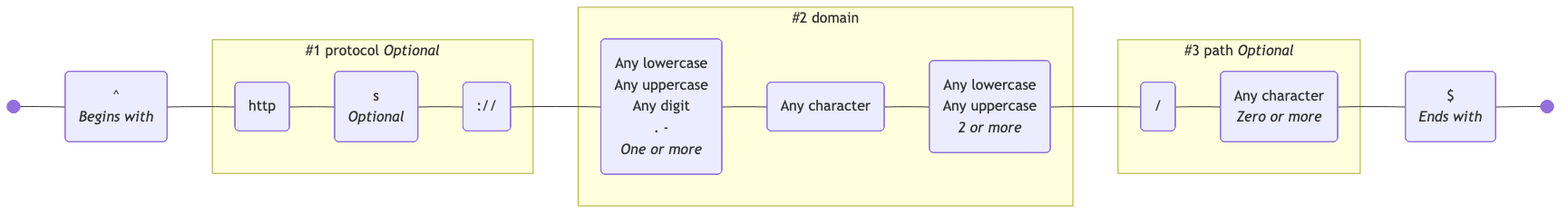
This is diagrams/url.mermaid-diagram.none-theme.png from tayles/regex-to-mermaid, a Mermaid export, as it was before one commit. Its source is kept beside it as diagrams/url.mermaid. Its diagram source:
```mermaid
graph LR
  accTitle: "Regex: ^(?<protocol>https?:\\/\\/)?(?<domain>[a-zA-Z0-9.-]+\\.[a-zA-Z]{2,})(?<path>\\/.*)?$"
  accDescr: "Generated with regex-to-mermaid@1.1.0"

  start@{ shape: f-circ };
  fin@{ shape: f-circ };
  assertion_1("^<br><i>Begins with</i>"):::assertion;
  literal_1("http"):::literal;
  literal_2("s<br><i>Optional</i>"):::literal;
  literal_3(":\/\/"):::literal;
  char_class_1("Any lowercase<br>Any uppercase<br>Any digit<br>. -<br><i>One or more</i>"):::char-class;
  literal_4("Any character"):::literal;
  char_class_2("Any lowercase<br>Any uppercase<br><i>2 or more</i>"):::char-class;
  literal_5("\/"):::literal;
  char_class_3("Any character<br><i>Zero or more</i>"):::char-class;
  assertion_2("$<br><i>Ends with</i>"):::assertion;

  subgraph named_capture_1 ["#1 protocol <i>Optional</i>"]
    literal_1
    literal_2
    literal_3
  end

  subgraph named_capture_2 ["#2 domain"]
    char_class_1
    literal_4
    char_class_2
  end

  subgraph named_capture_3 ["#3 path <i>Optional</i>"]
    literal_5
    char_class_3
  end

  start --- assertion_1;
  assertion_1 --- literal_1;
  literal_1 --- literal_2;
  literal_2 --- literal_3;
  literal_3 --- char_class_1;
  char_class_1 --- literal_4;
  literal_4 --- char_class_2;
  char_class_2 --- literal_5;
  literal_5 --- char_class_3;
  char_class_3 --- assertion_2;
  assertion_2 --- fin;

  classDef assertion fill:#B6D7A8,stroke:#93C47D,color:#000000;
  classDef literal fill:#F9CB9C,stroke:#E69138,color:#000000;
  classDef char-class fill:#B4A7D6,stroke:#8E7CC3,color:#000000;

  classDef named-capture fill:#D9EAD3,stroke:#93C47D,color:#000000;

  class named_capture_1,named_capture_2,named_capture_3 named-capture;
```
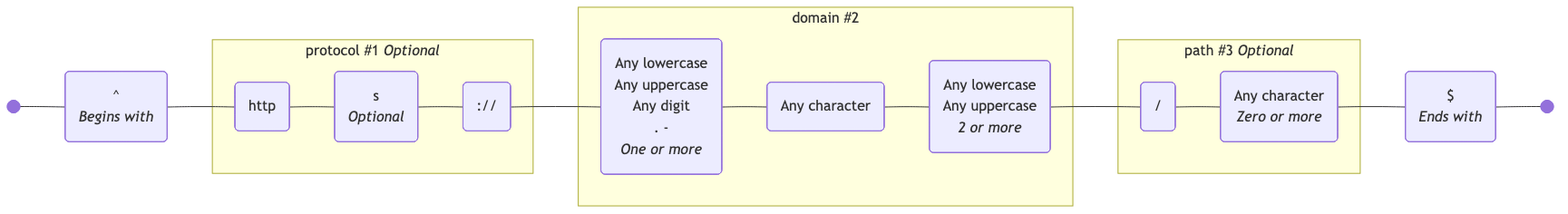
The same file after the commit.

What changed in the source:
```diff
@@ -12,24 +12,24 @@
   literal_4("Any character"):::literal;
   char_class_2("Any lowercase<br>Any uppercase<br><i>2 or more</i>"):::char-class;
   literal_5("\/"):::literal;
-  char_class_3("Any character<br><i>Zero or more</i>"):::char-class;
+  char_set_1("Any character<br><i>Zero or more</i>"):::char-set;
   assertion_2("$<br><i>Ends with</i>"):::assertion;
 
-  subgraph named_capture_1 ["#1 protocol <i>Optional</i>"]
+  subgraph named_capture_1 ["protocol #1 <i>Optional</i>"]
     literal_1
     literal_2
     literal_3
   end
 
-  subgraph named_capture_2 ["#2 domain"]
+  subgraph named_capture_2 ["domain #2"]
     char_class_1
     literal_4
     char_class_2
   end
 
-  subgraph named_capture_3 ["#3 path <i>Optional</i>"]
+  subgraph named_capture_3 ["path #3 <i>Optional</i>"]
     literal_5
-    char_class_3
+    char_set_1
   end
 
   start --- assertion_1;
@@ -40,13 +40,14 @@
   char_class_1 --- literal_4;
   literal_4 --- char_class_2;
   char_class_2 --- literal_5;
-  literal_5 --- char_class_3;
-  char_class_3 --- assertion_2;
+  literal_5 --- char_set_1;
+  char_set_1 --- assertion_2;
   assertion_2 --- fin;
 
   classDef assertion fill:#B6D7A8,stroke:#93C47D,color:#000000;
   classDef literal fill:#F9CB9C,stroke:#E69138,color:#000000;
   classDef char-class fill:#B4A7D6,stroke:#8E7CC3,color:#000000;
+  classDef char-set fill:#9FA8DA,stroke:#5C6BC0,color:#000000;
 
   classDef named-capture fill:#D9EAD3,stroke:#93C47D,color:#000000;
 
```
